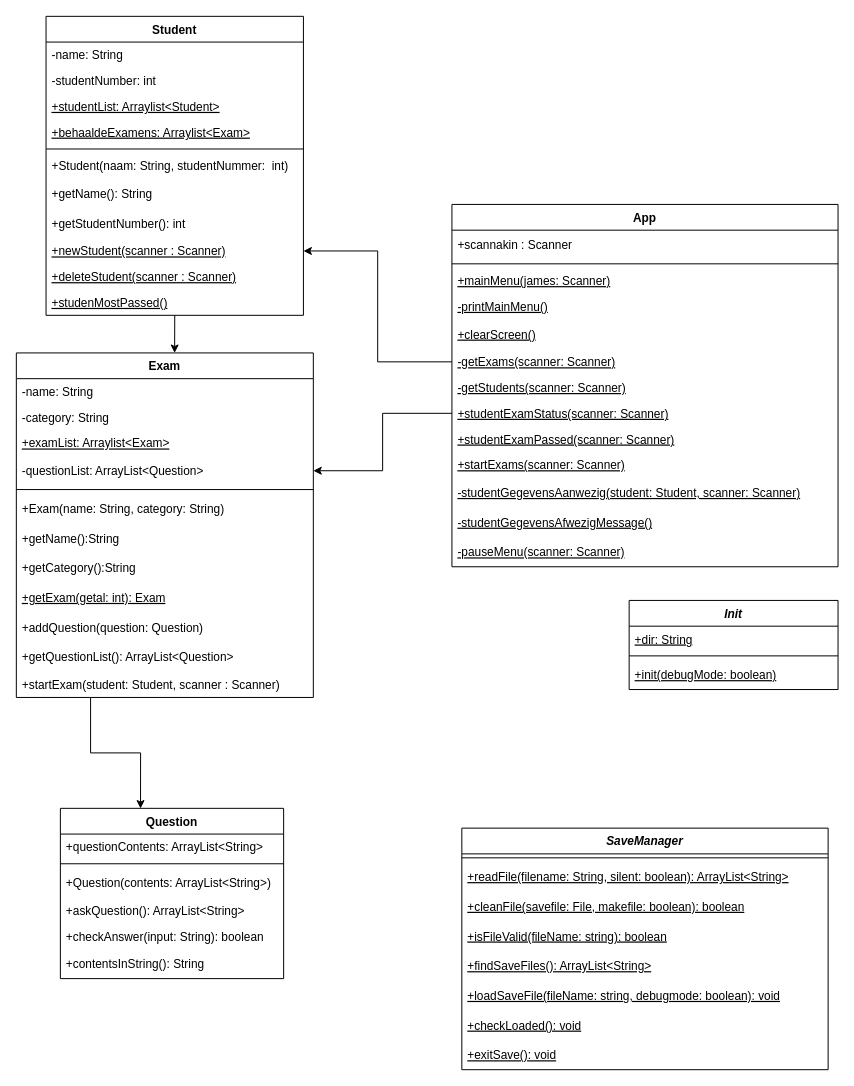
This is UML.drawio from Studeeric/proj1, a draw.io file, before an edit. Source tidied: cells renumbered, new cells numbered last; positions are measured from the earlier drawing's top-left corner, leaving out a move shared by most shapes. Both pictures are drawn from the tidied source at 99%, with x=0, y=0 at pixel (16, 16).
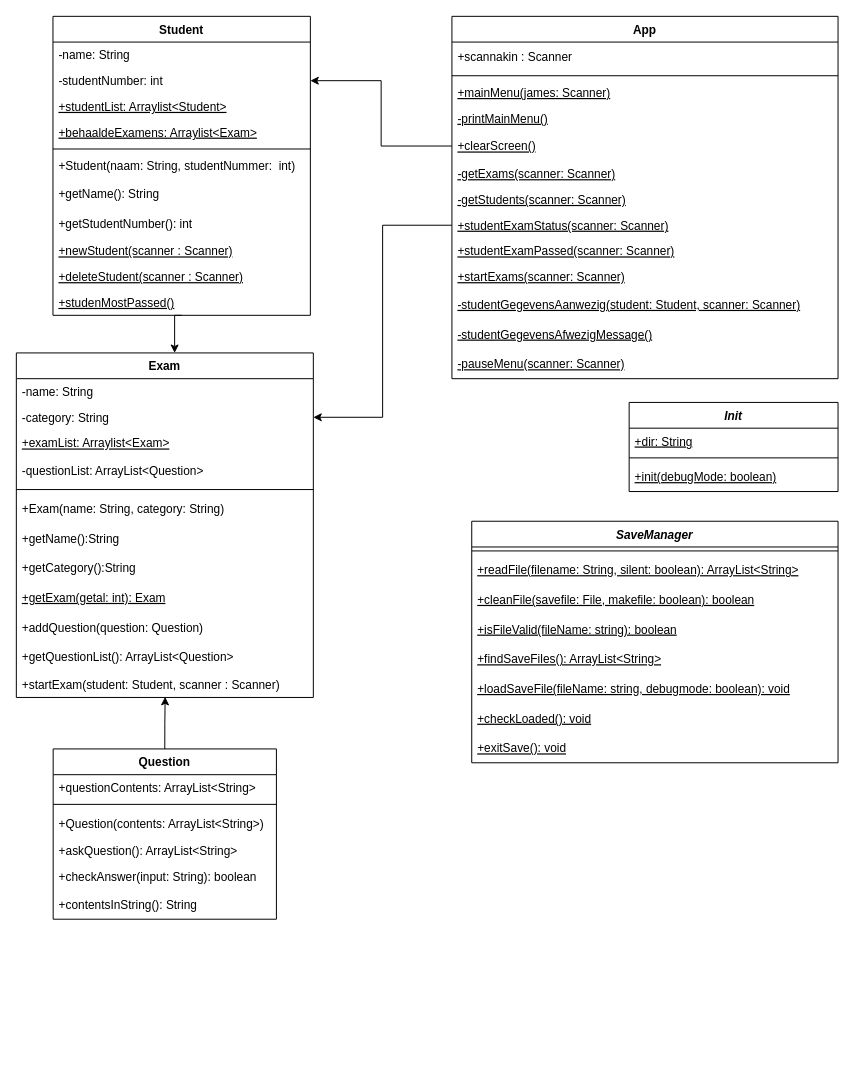
The same page after the edit.

Commit message:
kerel goede update 2

The change refers to these unchanged cells:
```xml
<mxCell id="5" value="-studentNumber: int" style="text;strokeColor=none;fillColor=none;align=left;verticalAlign=top;spacingLeft=4;spacingRight=4;overflow=hidden;points=[[0,0.5],[1,0.5]];portConstraint=eastwest;" parent="3" vertex="1">
  <mxGeometry y="52" width="260" height="26" as="geometry" />
</mxCell>
<mxCell id="12" value="+newStudent(scanner : Scanner)" style="text;strokeColor=none;fillColor=none;align=left;verticalAlign=top;spacingLeft=4;spacingRight=4;overflow=hidden;points=[[0,0.5],[1,0.5]];portConstraint=eastwest;fontStyle=4;" parent="3" vertex="1">
  <mxGeometry y="224" width="260" height="26" as="geometry" />
</mxCell>
<mxCell id="16" value="Exam" style="swimlane;fontStyle=1;align=center;verticalAlign=top;horizontal=1;startSize=26;" parent="1" vertex="1">
  <mxGeometry y="340" width="300" height="348" as="geometry" />
</mxCell>
<mxCell id="18" value="-category: String" style="text;strokeColor=none;fillColor=none;align=left;verticalAlign=top;spacingLeft=4;spacingRight=4;overflow=hidden;points=[[0,0.5],[1,0.5]];portConstraint=eastwest;" parent="16" vertex="1">
  <mxGeometry y="52" width="300" height="26" as="geometry" />
</mxCell>
<mxCell id="20" value="-questionList: ArrayList&lt;Question&gt;" style="text;strokeColor=none;fillColor=none;align=left;verticalAlign=middle;spacingLeft=4;spacingRight=4;overflow=hidden;points=[[0,0.5],[1,0.5]];portConstraint=eastwest;" parent="16" vertex="1">
  <mxGeometry y="104" width="300" height="30" as="geometry" />
</mxCell>
<mxCell id="28" value="+startExam(student: Student, scanner : Scanner)" style="text;strokeColor=none;fillColor=none;align=left;verticalAlign=top;spacingLeft=4;spacingRight=4;overflow=hidden;points=[[0,0.5],[1,0.5]];portConstraint=eastwest;" parent="16" vertex="1">
  <mxGeometry y="322" width="300" height="26" as="geometry" />
</mxCell>
<mxCell id="34" value="+clearScreen()" style="text;strokeColor=none;fillColor=none;align=left;verticalAlign=middle;spacingLeft=4;spacingRight=4;overflow=hidden;points=[[0,0.5],[1,0.5]];portConstraint=eastwest;fontStyle=4;" parent="29" vertex="1">
  <mxGeometry y="116" width="390" height="30" as="geometry" />
</mxCell>
<mxCell id="35" value="-getExams(scanner: Scanner)" style="text;strokeColor=none;fillColor=none;align=left;verticalAlign=top;spacingLeft=4;spacingRight=4;overflow=hidden;points=[[0,0.5],[1,0.5]];portConstraint=eastwest;fontStyle=4;" parent="29" vertex="1">
  <mxGeometry y="146" width="390" height="26" as="geometry" />
</mxCell>
<mxCell id="37" value="+studentExamStatus(scanner: Scanner)" style="text;strokeColor=none;fillColor=none;align=left;verticalAlign=top;spacingLeft=4;spacingRight=4;overflow=hidden;points=[[0,0.5],[1,0.5]];portConstraint=eastwest;fontStyle=4;" parent="29" vertex="1">
  <mxGeometry y="198" width="390" height="26" as="geometry" />
</mxCell>
```

The edit, as a diff of the source:
```diff
@@
     <mxCell id="3" value="Student" style="swimlane;fontStyle=1;align=center;verticalAlign=top;horizontal=1;startSize=26;" parent="1" vertex="1">
-      <mxGeometry x="30" width="260" height="302" as="geometry" />
+      <mxGeometry x="37" width="260" height="302" as="geometry" />
     </mxCell>
@@
-    <mxCell id="15" style="edgeStyle=orthogonalEdgeStyle;rounded=0;jettySize=auto;html=1;exitX=0.25;exitY=1;exitDx=0;exitDy=0;entryX=0.359;entryY=0.001;entryDx=0;entryDy=0;entryPerimeter=0;" parent="1" edge="1" source="16" target="43">
-      <mxGeometry relative="1" as="geometry" />
-    </mxCell>
@@
     <mxCell id="29" value="App" style="swimlane;fontStyle=1;align=center;verticalAlign=top;horizontal=1;startSize=26;" parent="1" vertex="1">
-      <mxGeometry x="440" y="190" width="390" height="366" as="geometry" />
+      <mxGeometry x="440" width="390" height="366" as="geometry" />
     </mxCell>
@@
+    <mxCell id="65" style="edgeStyle=orthogonalEdgeStyle;rounded=0;jettySize=auto;html=1;exitX=0.5;exitY=0;exitDx=0;exitDy=0;entryX=0.501;entryY=0.978;entryDx=0;entryDy=0;entryPerimeter=0;" parent="1" edge="1" source="43" target="28">
+      <mxGeometry relative="1" as="geometry" />
+    </mxCell>
     <mxCell id="43" value="Question" style="swimlane;fontStyle=1;align=center;verticalAlign=top;horizontal=1;startSize=26;" parent="1" vertex="1">
-      <mxGeometry x="44.5" y="800" width="225.5" height="172" as="geometry" />
+      <mxGeometry x="37.2" y="740" width="225.5" height="172" as="geometry" />
     </mxCell>
@@
     <mxCell id="50" value="SaveManager" style="swimlane;fontStyle=3;align=center;verticalAlign=top;horizontal=1;startSize=26;" parent="1" vertex="1">
-      <mxGeometry x="450" y="820" width="370" height="244" as="geometry" />
+      <mxGeometry x="460" y="510" width="370" height="244" as="geometry" />
     </mxCell>
@@
-    <mxCell id="59" style="edgeStyle=orthogonalEdgeStyle;rounded=0;jettySize=auto;html=1;exitX=0;exitY=0.5;exitDx=0;exitDy=0;entryX=1;entryY=0.5;entryDx=0;entryDy=0;" parent="1" edge="1" source="37" target="20">
-      <mxGeometry relative="1" as="geometry" />
-    </mxCell>
-    <mxCell id="60" style="edgeStyle=orthogonalEdgeStyle;rounded=0;jettySize=auto;html=1;exitX=0;exitY=0.5;exitDx=0;exitDy=0;entryX=1;entryY=0.5;entryDx=0;entryDy=0;" parent="1" edge="1" source="35" target="12">
-      <mxGeometry relative="1" as="geometry" />
-    </mxCell>
     <mxCell id="61" value="Init" style="swimlane;fontStyle=3;align=center;verticalAlign=top;horizontal=1;startSize=26;" parent="1" vertex="1">
-      <mxGeometry x="619" y="590" width="211" height="90" as="geometry" />
+      <mxGeometry x="619" y="390" width="211" height="90" as="geometry" />
     </mxCell>
@@
+    <mxCell id="66" style="edgeStyle=orthogonalEdgeStyle;rounded=0;jettySize=auto;html=1;exitX=0;exitY=0.5;exitDx=0;exitDy=0;entryX=1;entryY=0.5;entryDx=0;entryDy=0;" parent="1" edge="1" source="34" target="5">
+      <mxGeometry relative="1" as="geometry" />
+    </mxCell>
+    <mxCell id="67" style="edgeStyle=orthogonalEdgeStyle;rounded=0;jettySize=auto;html=1;exitX=0;exitY=0.5;exitDx=0;exitDy=0;entryX=1;entryY=0.5;entryDx=0;entryDy=0;" parent="1" edge="1" source="37" target="18">
+      <mxGeometry relative="1" as="geometry" />
+    </mxCell>
```
